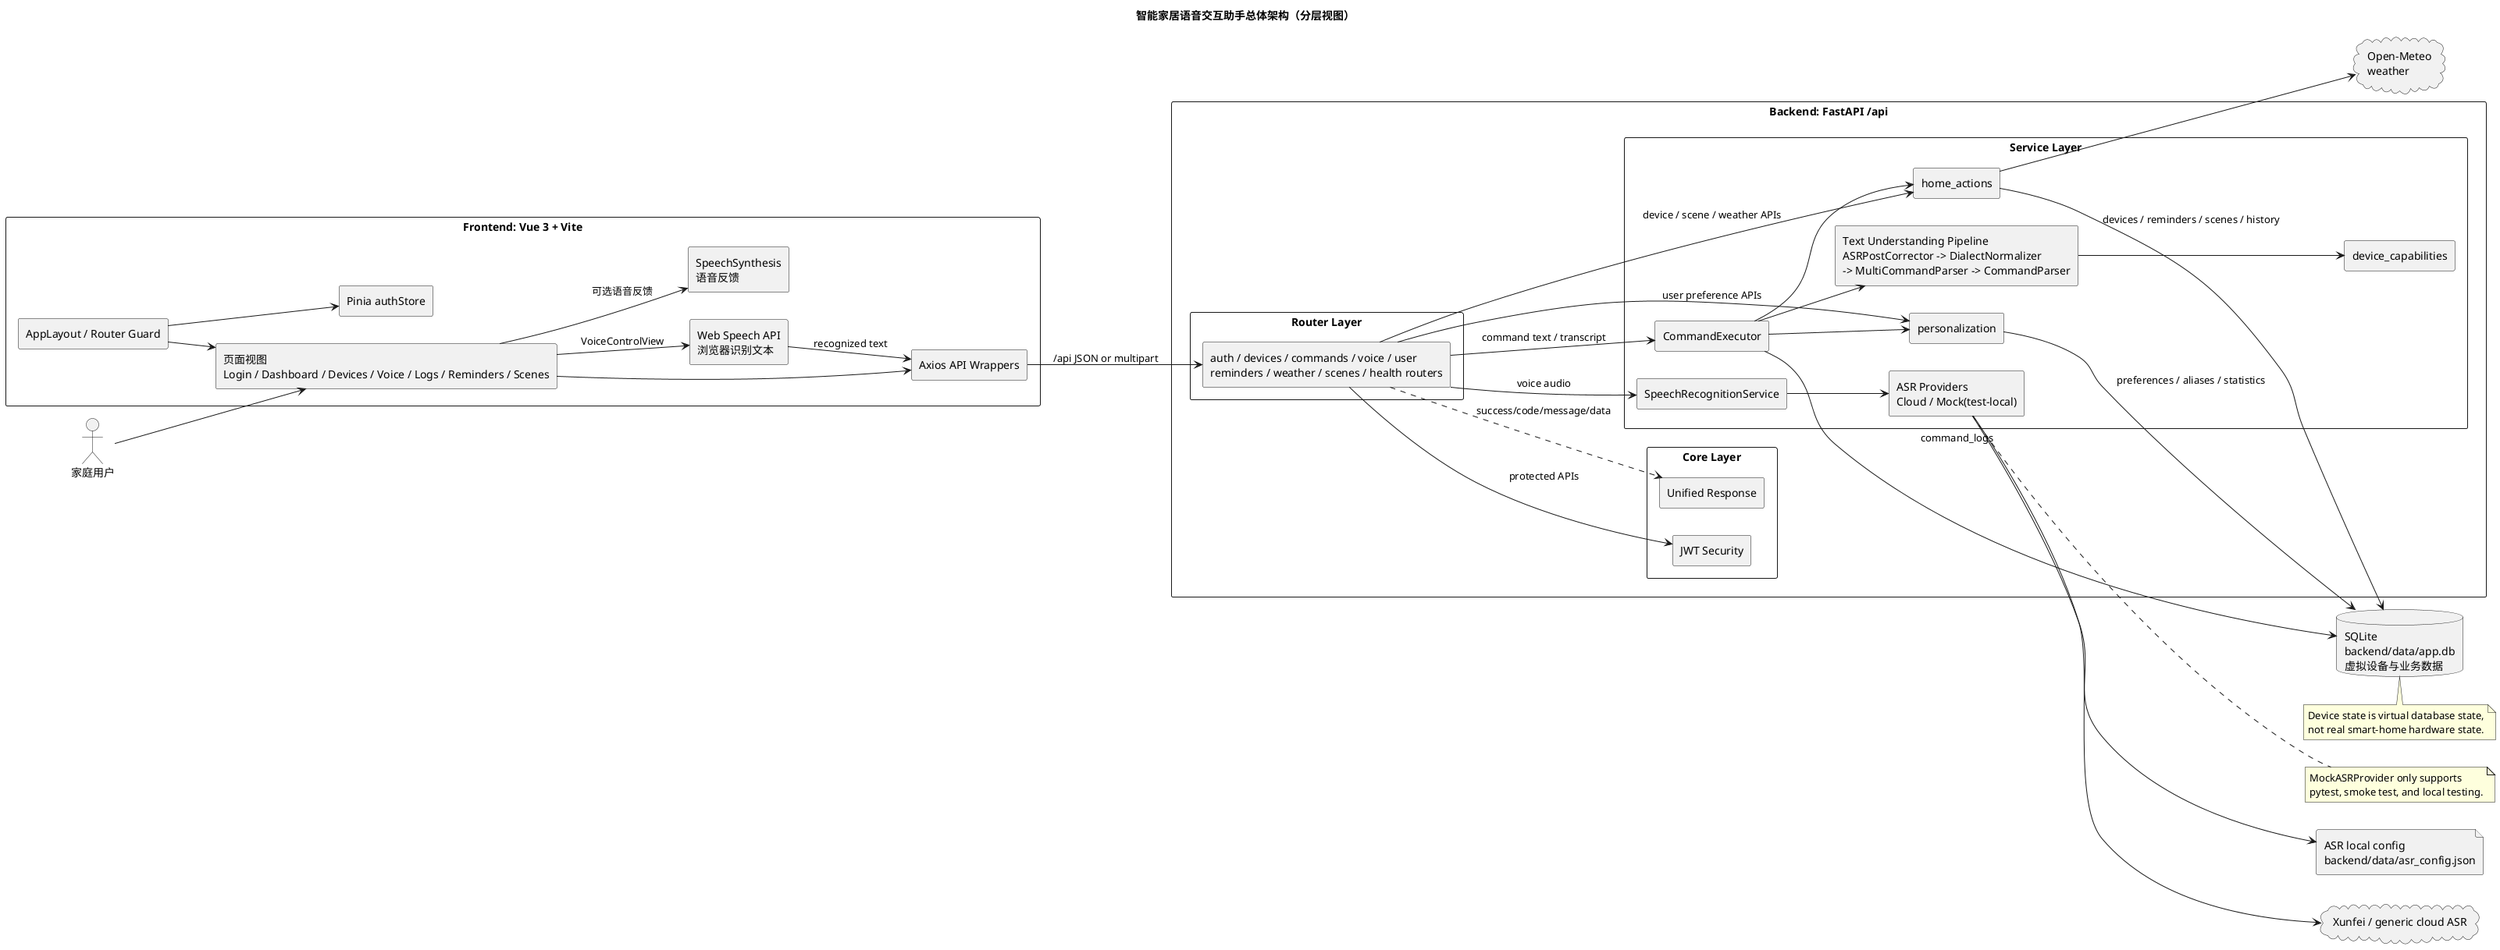
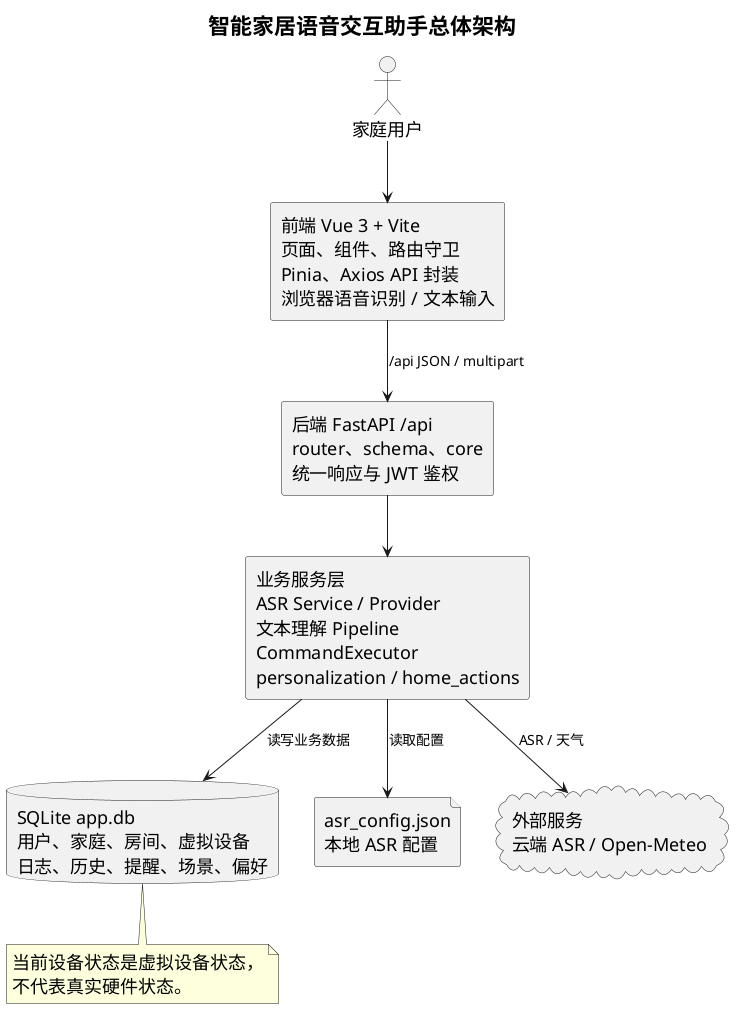
@startuml
- title 智能家居语音交互助手总体架构（分层视图）
- left to right direction
+ title 智能家居语音交互助手总体架构
+ top to bottom direction
skinparam componentStyle rectangle
skinparam packageStyle rectangle
+ skinparam shadowing false
+ skinparam defaultFontSize 18
+ skinparam titleFontSize 22
+ skinparam ArrowFontSize 14
+ skinparam packageFontSize 18

actor "家庭用户" as User

- package "Frontend: Vue 3 + Vite" as FE {
-   [AppLayout / Router Guard] as Shell
-   [页面视图\nLogin / Dashboard / Devices / Voice / Logs / Reminders / Scenes] as Views
-   [Pinia authStore] as Store
-   [Axios API Wrappers] as APIWrappers
-   [Web Speech API\n浏览器识别文本] as WebSpeech
-   [SpeechSynthesis\n语音反馈] as SpeechSynthesis
- }
+ rectangle "前端 Vue 3 + Vite\n页面、组件、路由守卫\nPinia、Axios API 封装\n浏览器语音识别 / 文本输入" as FE
+ rectangle "后端 FastAPI /api\nrouter、schema、core\n统一响应与 JWT 鉴权" as API
+ rectangle "业务服务层\nASR Service / Provider\n文本理解 Pipeline\nCommandExecutor\npersonalization / home_actions" as Service
+ database "SQLite app.db\n用户、家庭、房间、虚拟设备\n日志、历史、提醒、场景、偏好" as DB
+ file "asr_config.json\n本地 ASR 配置" as ASRConfig
+ cloud "外部服务\n云端 ASR / Open-Meteo" as External

- package "Backend: FastAPI /api" as BE {
-   package "Router Layer" {
-     [auth / devices / commands / voice / user\nreminders / weather / scenes / health routers] as Routers
-   }
- 
-   package "Core Layer" {
-     [JWT Security] as Security
-     [Unified Response] as Response
-   }
- 
-   package "Service Layer" {
-     [SpeechRecognitionService] as ASRService
-     [ASR Providers\nCloud / Mock(test-local)] as Providers
-     [Text Understanding Pipeline\nASRPostCorrector -> DialectNormalizer\n-> MultiCommandParser -> CommandParser] as Pipeline
-     [device_capabilities] as Capabilities
-     [CommandExecutor] as Executor
-     [personalization] as Personalization
-     [home_actions] as HomeActions
-   }
- }
- 
- database "SQLite\nbackend/data/app.db\n虚拟设备与业务数据" as DB
- file "ASR local config\nbackend/data/asr_config.json" as ASRConfig
- cloud "Xunfei / generic cloud ASR" as CloudASR
- cloud "Open-Meteo\nweather" as Weather
- 
- User --> Views
- Shell --> Views
- Shell --> Store
- Views --> APIWrappers
- Views --> WebSpeech : VoiceControlView
- Views --> SpeechSynthesis : 可选语音反馈
- WebSpeech --> APIWrappers : recognized text
- 
- APIWrappers --> Routers : /api JSON or multipart
- Routers --> Security : protected APIs
- Routers ..> Response : success/code/message/data
- Routers --> ASRService : voice audio
- Routers --> Executor : command text / transcript
- Routers --> Personalization : user preference APIs
- Routers --> HomeActions : device / scene / weather APIs
- 
- ASRService --> Providers
- Providers --> ASRConfig
- Providers --> CloudASR
- 
- Executor --> Personalization
- Executor --> Pipeline
- Pipeline --> Capabilities
- Executor --> HomeActions
- Executor --> DB : command_logs
- Personalization --> DB : preferences / aliases / statistics
- HomeActions --> DB : devices / reminders / scenes / history
- HomeActions --> Weather
- 
- note right of Providers
-   MockASRProvider only supports
-   pytest, smoke test, and local testing.
- end note
+ User --> FE
+ FE --> API : /api JSON / multipart
+ API --> Service
+ Service --> DB : 读写业务数据
+ Service --> ASRConfig : 读取配置
+ Service --> External : ASR / 天气

note bottom of DB
-   Device state is virtual database state,
-   not real smart-home hardware state.
+   当前设备状态是虚拟设备状态，
+   不代表真实硬件状态。
end note
@enduml
